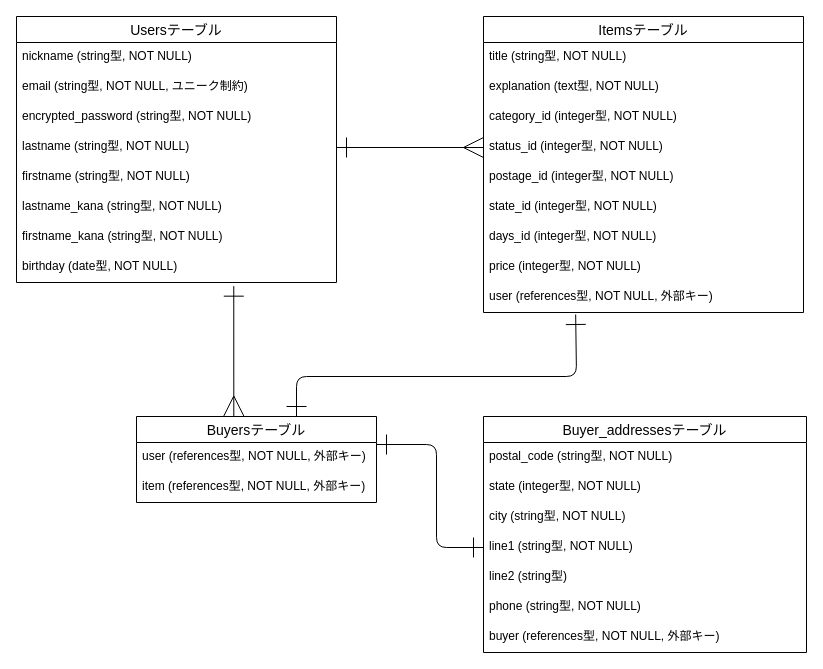
Above: test.dio in morishitami/furima-37175 (draw.io), before the change. Source tidied: cells renumbered, new cells numbered last; positions are measured from the earlier drawing's top-left corner, leaving out a move shared by most shapes. Both pictures are drawn from the tidied source at 100%, with x=0, y=0 at pixel (16, 16).
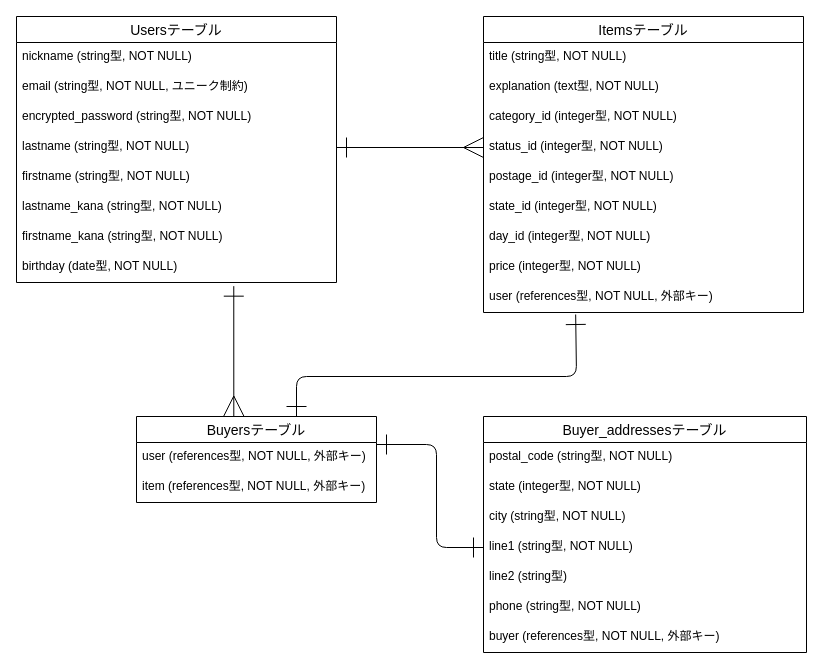
The same page after the edit.

Unchanged cells that the change refers to:
```xml
<mxCell id="11" value="Itemsテーブル" style="swimlane;fontStyle=0;horizontal=1;startSize=26;align=center;fontSize=14;" parent="1" vertex="1">
  <mxGeometry x="467" width="320" height="296" as="geometry" />
</mxCell>
```

Diff of the diagram source:
```diff
@@
-    <mxCell id="18" value="days_id (integer型, NOT NULL)" style="text;strokeColor=none;fillColor=none;spacingLeft=4;spacingRight=4;overflow=hidden;fontSize=12;" parent="11" vertex="1">
+    <mxCell id="18" value="day_id (integer型, NOT NULL)" style="text;strokeColor=none;fillColor=none;spacingLeft=4;spacingRight=4;overflow=hidden;fontSize=12;" parent="11" vertex="1">
       <mxGeometry y="206" width="320" height="30" as="geometry" />
     </mxCell>
```
